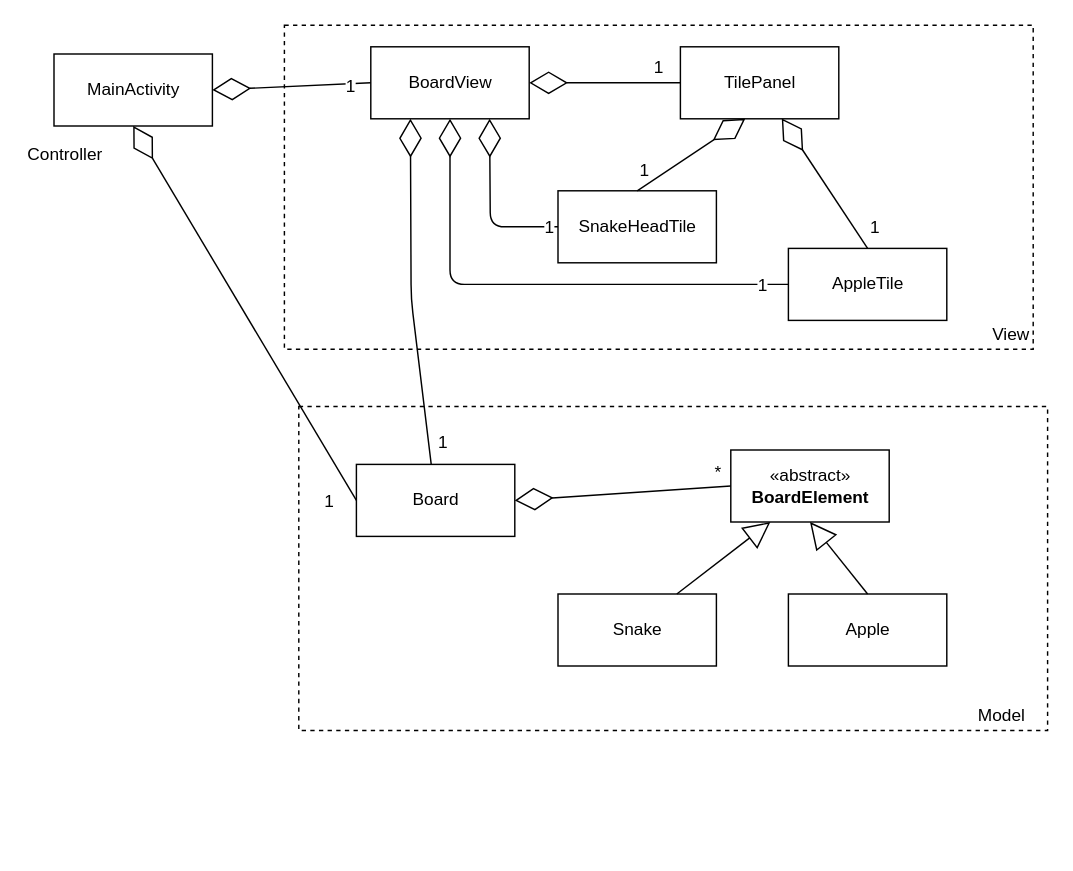
Earlier version of the draw.io diagram page "ClassDiagram" (1 of 3) of Snake/diagrams/snake_class_diagram.drawio (isel-leic-poo/19-20-2-LI23D). Source tidied: cells renumbered, new cells numbered last; positions are measured from the earlier drawing's top-left corner, leaving out a move shared by most shapes. Both pictures are drawn from the tidied source at 144%, with x=0, y=0 at pixel (24, 24).
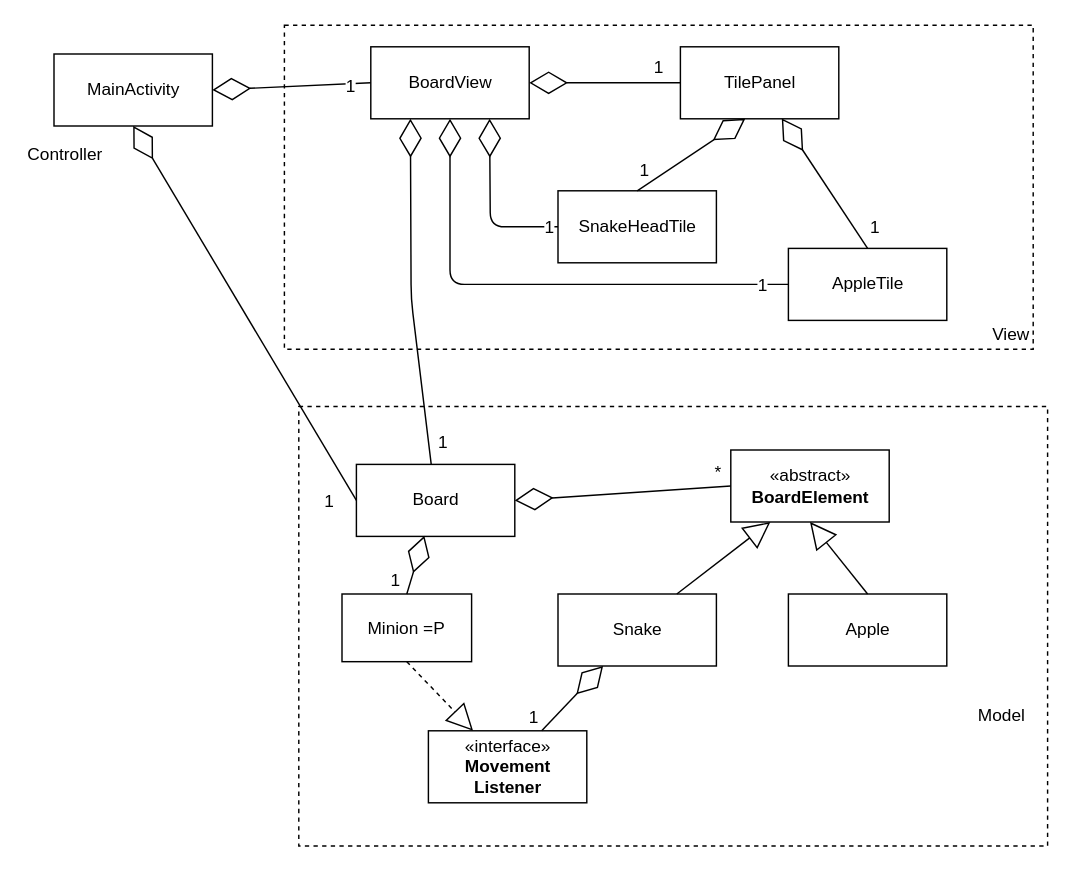
The same page after the edit.

The change refers to these unchanged cells:
```xml
<mxCell id="5" value="Snake" style="html=1;" parent="1" vertex="1">
  <mxGeometry x="370" y="395" width="110" height="50" as="geometry" />
</mxCell>
<mxCell id="27" value="Board" style="html=1;" parent="1" vertex="1">
  <mxGeometry x="230" y="305" width="110" height="50" as="geometry" />
</mxCell>
```

Change to the diagram source:
```diff
@@
     <mxCell id="2" style="rounded=0;whiteSpace=wrap;html=1;dashed=1;" parent="1" vertex="1">
-      <mxGeometry x="190" y="264.8" width="520" height="225" as="geometry" />
+      <mxGeometry x="190" y="264.8" width="520" height="305.2" as="geometry" />
     </mxCell>
@@
+    <mxCell id="36" value="«interface»&lt;br&gt;&lt;b&gt;Movement&lt;br&gt;Listener&lt;/b&gt;" style="html=1;" parent="1" vertex="1">
+      <mxGeometry x="280" y="490" width="110" height="50" as="geometry" />
+    </mxCell>
+    <mxCell id="37" style="endArrow=diamondThin;endFill=0;endSize=24;html=1;" parent="1" edge="1" source="36" target="5">
+      <mxGeometry relative="1" as="geometry" />
+    </mxCell>
+    <mxCell id="38" value="1" style="text;html=1;align=center;verticalAlign=middle;labelBackgroundColor=#ffffff;" parent="37" vertex="1">
+      <mxGeometry x="-0.86" y="1" relative="1" as="geometry">
+        <mxPoint x="-8" y="-6.3" as="offset" />
+      </mxGeometry>
+    </mxCell>
+    <mxCell id="39" value="Minion =P" style="rounded=0;whiteSpace=wrap;html=1;" parent="1" vertex="1">
+      <mxGeometry x="220" y="395" width="90" height="47" as="geometry" />
+    </mxCell>
+    <mxCell id="40" style="endArrow=block;endSize=16;endFill=0;html=1;exitX=0.5;exitY=1;exitDx=0;exitDy=0;dashed=1;" parent="1" edge="1" source="39" target="36">
+      <mxGeometry relative="1" as="geometry" />
+    </mxCell>
+    <mxCell id="41" style="endArrow=diamondThin;endFill=0;endSize=24;html=1;entryX=0.429;entryY=0.992;entryDx=0;entryDy=0;entryPerimeter=0;exitX=0.5;exitY=0;exitDx=0;exitDy=0;" parent="1" edge="1" source="39" target="27">
+      <mxGeometry relative="1" as="geometry" />
+    </mxCell>
+    <mxCell id="42" value="1" style="text;html=1;align=center;verticalAlign=middle;labelBackgroundColor=#ffffff;" parent="41" vertex="1">
+      <mxGeometry x="-0.86" y="1" relative="1" as="geometry">
+        <mxPoint x="-8" y="-6.3" as="offset" />
+      </mxGeometry>
+    </mxCell>
```
